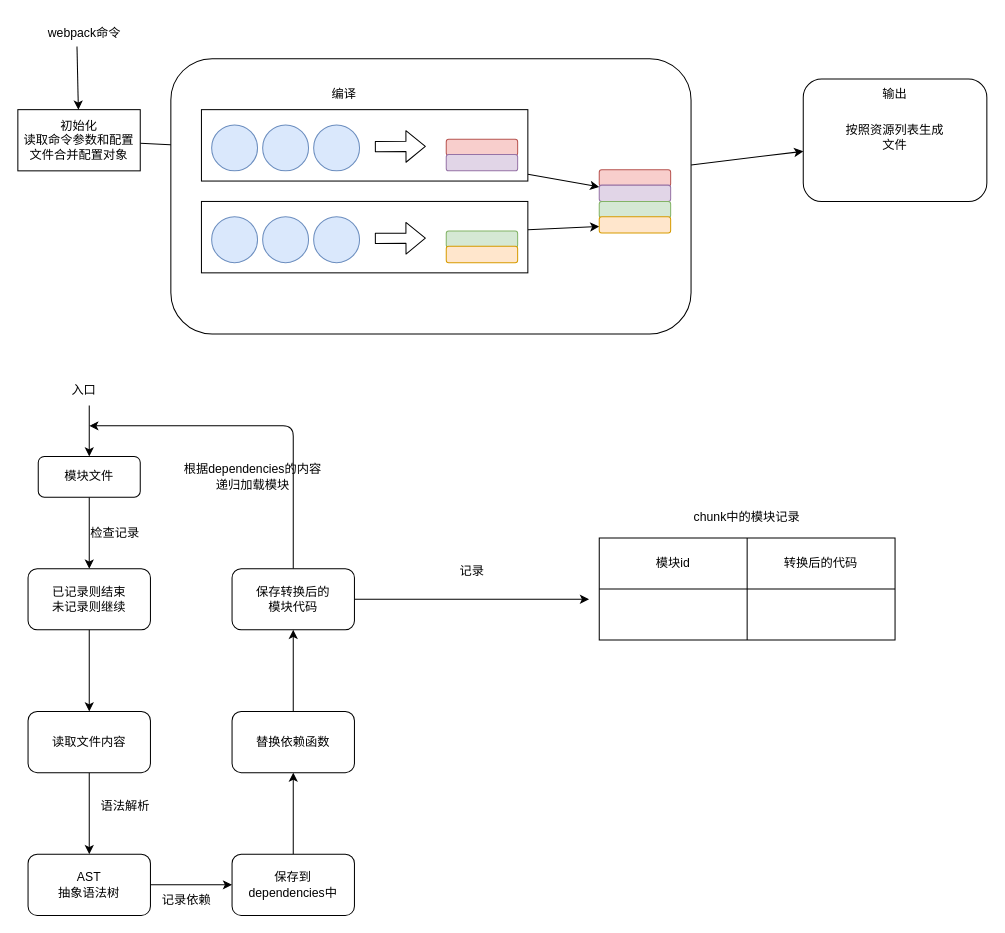
The draw.io diagram 1-8.编译过程/io.drawio in zqd123/webpack-study, before the edit. Source tidied: cells renumbered, new cells numbered last; positions are measured from the earlier drawing's top-left corner, leaving out a move shared by most shapes. Both pictures are drawn from the tidied source at 102%, with x=0, y=0 at pixel (17, 17).
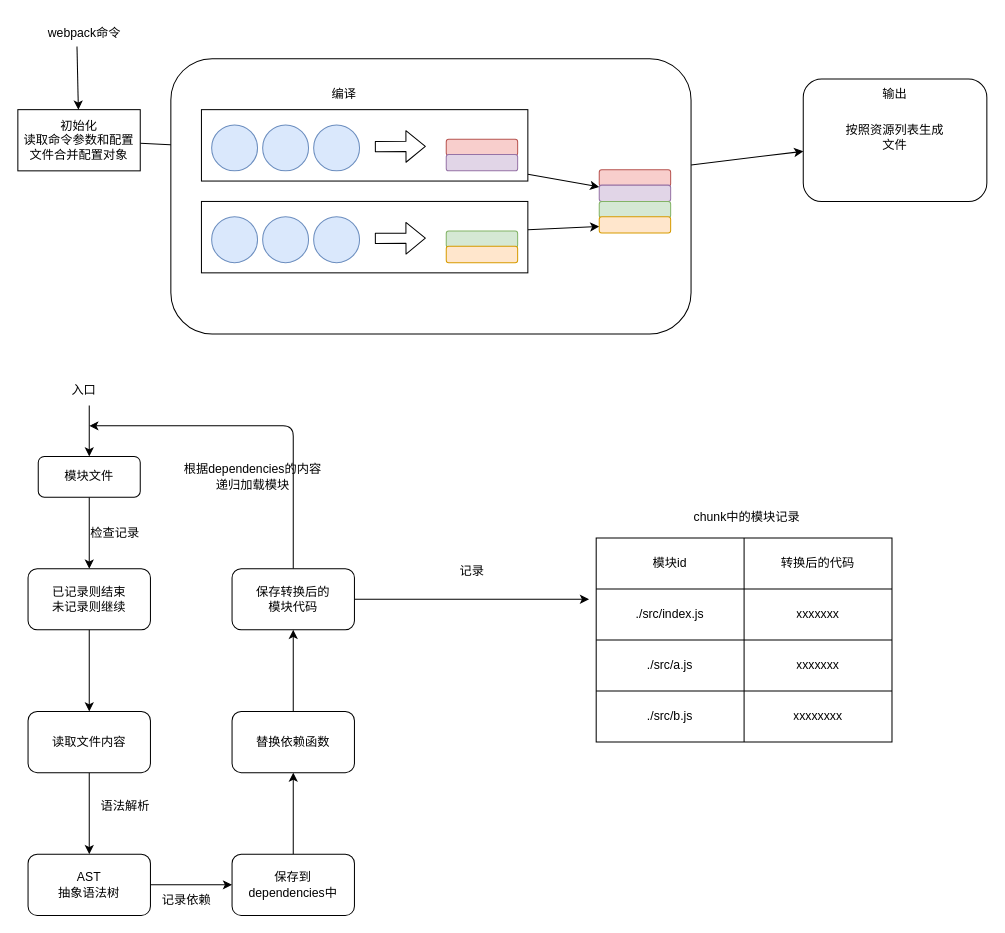
The same diagram, later.

Commit message (it also covers changes not shown here):
docs(README): 更新模块依赖关系说明与图表内容

- 修改 README 中 a.js 模块的依赖数组描述，更正模块 ID 记录
- 在 b.js 模块部分新增 AST 依赖分析过程说明
- 更新 io.drawio 图表坐标和尺寸，调整表格结构
- 补充模块路径标识，完善可视化文档内容

The change refers to these unchanged cells:
```xml
<mxCell id="40" style="shape=tableRow;horizontal=0;startSize=0;swimlaneHead=0;swimlaneBody=0;strokeColor=inherit;top=0;left=0;bottom=0;right=0;fillColor=none;" parent="36" vertex="1">
  <mxGeometry y="50" width="290" height="50" as="geometry" />
</mxCell>
```

Diff of the diagram source:
```diff
@@
     <mxCell id="36" style="shape=table;startSize=0;childLayout=tableLayout;" parent="1" vertex="1">
-      <mxGeometry x="570" y="510" width="290" height="100" as="geometry" />
+      <mxGeometry x="567" y="510" width="290" height="200" as="geometry" />
     </mxCell>
@@
-    <mxCell id="41" style="shape=partialRectangle;html=1;whiteSpace=wrap;strokeColor=inherit;overflow=hidden;fillColor=none;top=0;left=0;bottom=0;right=0;" parent="40" vertex="1">
+    <mxCell id="41" value="./src/index.js" style="shape=partialRectangle;html=1;whiteSpace=wrap;strokeColor=inherit;overflow=hidden;fillColor=none;top=0;left=0;bottom=0;right=0;" parent="40" vertex="1">
       <mxGeometry width="145" height="50" as="geometry" />
     </mxCell>
-    <mxCell id="42" style="shape=partialRectangle;html=1;whiteSpace=wrap;strokeColor=inherit;overflow=hidden;fillColor=none;top=0;left=0;bottom=0;right=0;" parent="40" vertex="1">
+    <mxCell id="42" value="xxxxxxx" style="shape=partialRectangle;html=1;whiteSpace=wrap;strokeColor=inherit;overflow=hidden;fillColor=none;top=0;left=0;bottom=0;right=0;" parent="40" vertex="1">
       <mxGeometry x="145" width="145" height="50" as="geometry" />
     </mxCell>
+    <mxCell id="62" style="shape=tableRow;horizontal=0;startSize=0;swimlaneHead=0;swimlaneBody=0;strokeColor=inherit;top=0;left=0;bottom=0;right=0;fillColor=none;" parent="36" vertex="1">
+      <mxGeometry y="100" width="290" height="50" as="geometry" />
+    </mxCell>
+    <mxCell id="63" value="./src/a.js" style="shape=partialRectangle;html=1;whiteSpace=wrap;strokeColor=inherit;overflow=hidden;fillColor=none;top=0;left=0;bottom=0;right=0;" parent="62" vertex="1">
+      <mxGeometry width="145" height="50" as="geometry" />
+    </mxCell>
+    <mxCell id="64" value="xxxxxxx" style="shape=partialRectangle;html=1;whiteSpace=wrap;strokeColor=inherit;overflow=hidden;fillColor=none;top=0;left=0;bottom=0;right=0;" parent="62" vertex="1">
+      <mxGeometry x="145" width="145" height="50" as="geometry" />
+    </mxCell>
+    <mxCell id="65" style="shape=tableRow;horizontal=0;startSize=0;swimlaneHead=0;swimlaneBody=0;strokeColor=inherit;top=0;left=0;bottom=0;right=0;fillColor=none;" parent="36" vertex="1">
+      <mxGeometry y="150" width="290" height="50" as="geometry" />
+    </mxCell>
+    <mxCell id="66" value="./src/b.js" style="shape=partialRectangle;html=1;whiteSpace=wrap;strokeColor=inherit;overflow=hidden;fillColor=none;top=0;left=0;bottom=0;right=0;" parent="65" vertex="1">
+      <mxGeometry width="145" height="50" as="geometry" />
+    </mxCell>
+    <mxCell id="67" value="xxxxxxxx" style="shape=partialRectangle;html=1;whiteSpace=wrap;strokeColor=inherit;overflow=hidden;fillColor=none;top=0;left=0;bottom=0;right=0;" parent="65" vertex="1">
+      <mxGeometry x="145" width="145" height="50" as="geometry" />
+    </mxCell>
```
